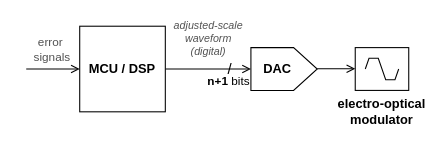
Earlier version of the draw.io diagram img/all_digital.drawio (slawomir-niespodziany/sdk_modulator). Source tidied: cells renumbered, new cells numbered last; positions are measured from the earlier drawing's top-left corner, leaving out a move shared by most shapes. Both pictures are drawn from the tidied source at 107%, with x=0, y=0 at pixel (26, 26).
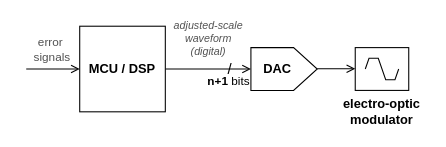
The same diagram, later.

Diff of the diagram source:
```diff
@@
 <mxGraphModel>
   <root>
     <mxCell id="0" />
     <mxCell id="1" parent="0" />
     <mxCell id="2" style="verticalLabelPosition=bottom;shadow=0;dashed=0;align=center;html=1;verticalAlign=top;shape=mxgraph.electrical.abstract.dac;" parent="1" vertex="1">
       <mxGeometry x="210" y="20" width="62" height="40" as="geometry" />
     </mxCell>
     <mxCell id="3" style="rounded=0;whiteSpace=wrap;html=1;" parent="1" vertex="1">
       <mxGeometry x="307.5" y="20" width="50" height="40" as="geometry" />
     </mxCell>
     <mxCell id="4" style="edgeStyle=orthogonalEdgeStyle;rounded=0;jettySize=auto;html=1;exitX=1;exitY=0.5;exitDx=0;exitDy=0;entryX=0;entryY=0.5;entryDx=0;entryDy=0;endArrow=open;endFill=0;exitPerimeter=0;" parent="1" edge="1" target="3">
       <mxGeometry relative="1" as="geometry">
         <mxPoint x="272" y="39.8" as="sourcePoint" />
       </mxGeometry>
     </mxCell>
     <mxCell id="5" style="verticalLabelPosition=bottom;shadow=0;dashed=0;align=center;html=1;verticalAlign=top;shape=mxgraph.electrical.waveforms.slow_square_wave;" parent="1" vertex="1">
       <mxGeometry x="316.9" y="30" width="31.2" height="20" as="geometry" />
     </mxCell>
     <mxCell id="6" style="edgeStyle=orthogonalEdgeStyle;rounded=0;jettySize=auto;html=1;exitX=1;exitY=0.5;exitDx=0;exitDy=0;entryX=0;entryY=0.5;entryDx=0;entryDy=0;endArrow=open;endFill=0;entryPerimeter=0;" parent="1" edge="1" source="12" target="2">
       <mxGeometry relative="1" as="geometry" />
     </mxCell>
     <mxCell id="7" value="&lt;div&gt;adjusted-scale&lt;/div&gt;&lt;div&gt;waveform&lt;br&gt;(digital)&lt;/div&gt;" style="edgeLabel;html=1;align=center;verticalAlign=middle;fontStyle=2;fontSize=10;fontColor=#525252;" parent="6" vertex="1">
       <mxGeometry x="-0.04" y="2" relative="1" as="geometry">
         <mxPoint x="1" y="-28" as="offset" />
       </mxGeometry>
     </mxCell>
     <mxCell id="8" value="n+1&amp;nbsp;&lt;span style=&quot;font-weight: normal;&quot;&gt;bits&lt;/span&gt;" style="edgeLabel;html=1;align=center;verticalAlign=middle;fontStyle=1;" parent="6" vertex="1">
       <mxGeometry x="0.69" relative="1" as="geometry">
         <mxPoint x="-10" y="10" as="offset" />
       </mxGeometry>
     </mxCell>
     <mxCell id="9" value="&lt;font style=&quot;font-size: 14px;&quot;&gt;/&lt;/font&gt;" style="edgeLabel;html=1;align=center;verticalAlign=middle;labelBackgroundColor=none;" parent="6" vertex="1">
       <mxGeometry x="0.47" y="-1" relative="1" as="geometry">
         <mxPoint y="-2" as="offset" />
       </mxGeometry>
     </mxCell>
     <mxCell id="10" style="edgeStyle=orthogonalEdgeStyle;rounded=0;jettySize=auto;html=1;exitX=0;exitY=0.5;exitDx=0;exitDy=0;endArrow=none;endFill=0;startArrow=open;startFill=0;" parent="1" edge="1" source="12">
       <mxGeometry relative="1" as="geometry">
         <mxPoint y="40" as="targetPoint" />
       </mxGeometry>
     </mxCell>
     <mxCell id="11" value="&lt;div&gt;error&amp;nbsp;&lt;/div&gt;&lt;div&gt;signals&lt;/div&gt;" style="edgeLabel;html=1;align=center;verticalAlign=middle;fontColor=#525252;" parent="10" vertex="1">
       <mxGeometry x="0.19" relative="1" as="geometry">
         <mxPoint x="3" y="-19" as="offset" />
       </mxGeometry>
     </mxCell>
     <mxCell id="12" value="MCU / DSP" style="rounded=0;whiteSpace=wrap;html=1;fontStyle=1;" parent="1" vertex="1">
       <mxGeometry x="50" width="80" height="80" as="geometry" />
     </mxCell>
-    <mxCell id="13" value="&lt;div&gt;electro-optical&lt;/div&gt;&lt;div&gt;modulator&lt;/div&gt;" style="text;html=1;whiteSpace=wrap;strokeColor=none;fillColor=none;align=center;verticalAlign=middle;rounded=0;fontStyle=1;" parent="1" vertex="1">
+    <mxCell id="13" value="&lt;div&gt;electro-optic&lt;/div&gt;&lt;div&gt;modulator&lt;/div&gt;" style="text;html=1;whiteSpace=wrap;strokeColor=none;fillColor=none;align=center;verticalAlign=middle;rounded=0;fontStyle=1;" parent="1" vertex="1">
       <mxGeometry x="290" y="65" width="85" height="30" as="geometry" />
     </mxCell>
     <mxCell id="14" value="DAC" style="text;html=1;whiteSpace=wrap;strokeColor=none;fillColor=none;align=center;verticalAlign=middle;rounded=0;fontStyle=1;" parent="1" vertex="1">
       <mxGeometry x="210" y="25" width="50" height="30" as="geometry" />
     </mxCell>
   </root>
 </mxGraphModel>
```
